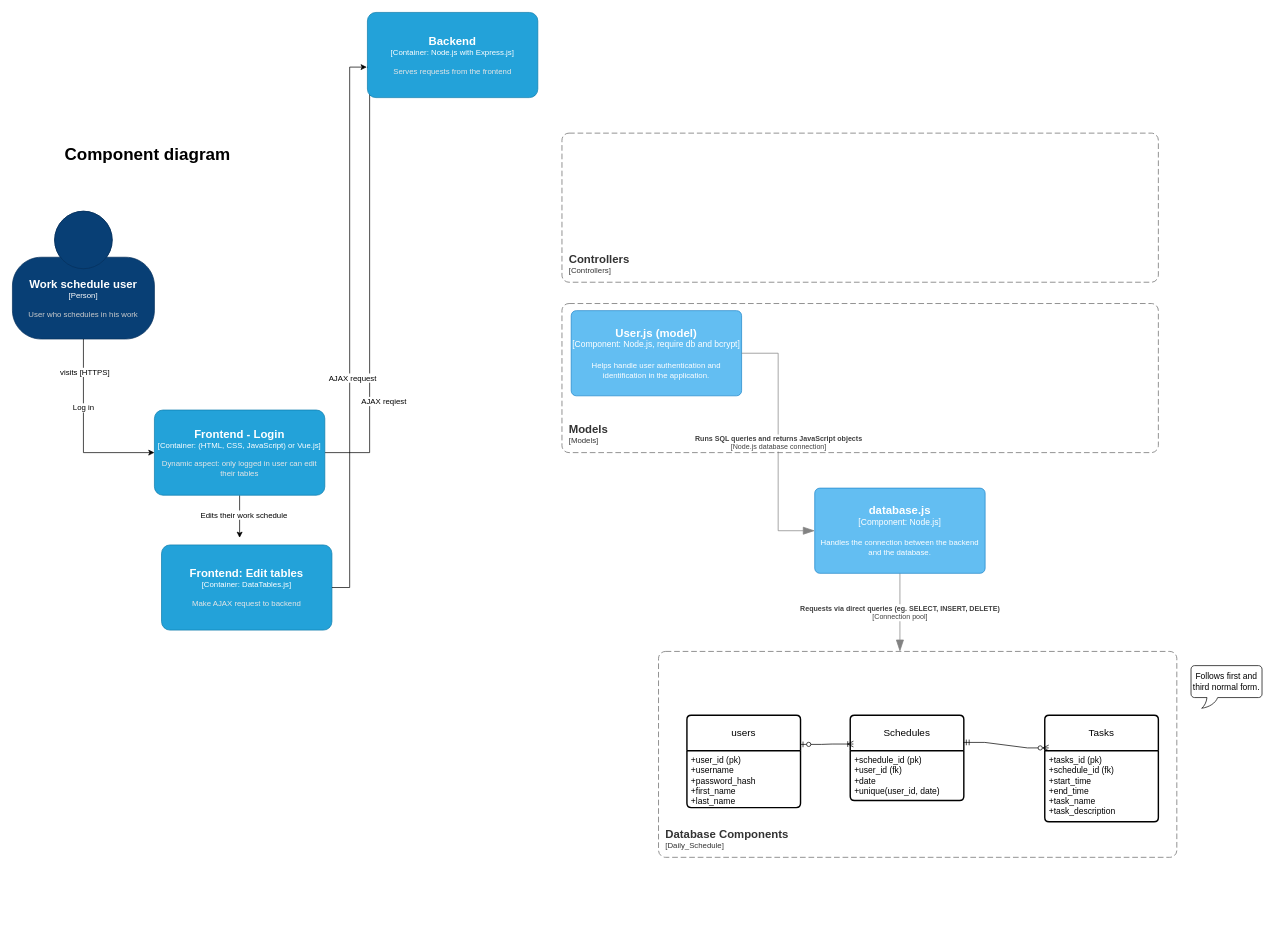
This is documentation/backendcomponent.drawio from viquta/Online_Daily_Work_Schedule, a draw.io file, before an edit. Source tidied: cells renumbered, new cells numbered last; positions are measured from the earlier drawing's top-left corner, leaving out a move shared by most shapes. Both pictures are drawn from the tidied source at 71%, with x=0, y=0 at pixel (12, 12).
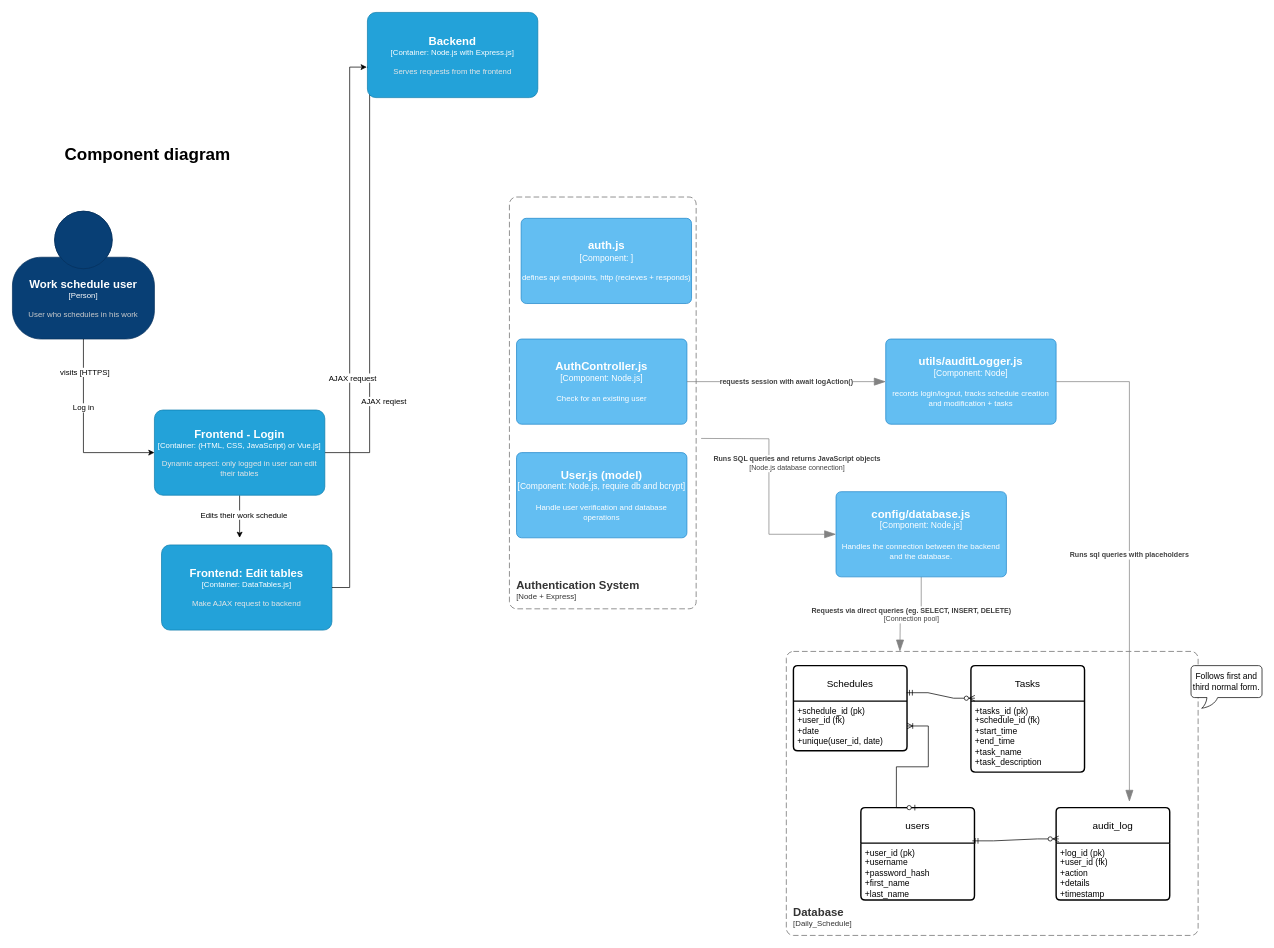
Above is the later version.

The change refers to these unchanged cells:
```xml
<mxCell id="20" value="+schedule_id (pk)&lt;br&gt;+user_id (fk)&lt;br&gt;+date&lt;div&gt;+unique(user_id, date)&lt;/div&gt;" style="align=left;strokeColor=none;fillColor=none;spacingLeft=4;spacingRight=4;fontSize=12;verticalAlign=top;html=1;whiteSpace=wrap;" parent="19" vertex="1">
  <mxGeometry y="50" width="160" height="70" as="geometry" />
</mxCell>
```

Change to the diagram source:
```diff
@@
     <mxCell id="17" value="Tasks" style="swimlane;horizontal=1;startSize=50;rounded=1;fontSize=14;fontStyle=0;strokeWidth=2;shadow=0;dashed=0;align=center;arcSize=4;whiteSpace=wrap;html=1;" parent="1" vertex="1">
-      <mxGeometry x="1454" y="990" width="160" height="150" as="geometry" />
+      <mxGeometry x="1350" y="920" width="160" height="150" as="geometry" />
     </mxCell>
@@
     <mxCell id="19" value="Schedules" style="swimlane;horizontal=1;startSize=50;rounded=1;fontSize=14;fontStyle=0;strokeWidth=2;shadow=0;dashed=0;align=center;arcSize=4;whiteSpace=wrap;html=1;" parent="1" vertex="1">
-      <mxGeometry x="1180" y="990" width="160" height="120" as="geometry" />
+      <mxGeometry x="1100" y="920" width="160" height="120" as="geometry" />
     </mxCell>
@@
     <mxCell id="21" value="users" style="swimlane;horizontal=1;startSize=50;rounded=1;fontSize=14;fontStyle=0;strokeWidth=2;shadow=0;dashed=0;align=center;arcSize=4;whiteSpace=wrap;html=1;" parent="1" vertex="1">
-      <mxGeometry x="950" y="990" width="160" height="130" as="geometry" />
+      <mxGeometry x="1195" y="1120" width="160" height="130" as="geometry" />
     </mxCell>
@@
-    <mxCell id="23" style="edgeStyle=entityRelationEdgeStyle;fontSize=12;html=1;endArrow=ERoneToMany;startArrow=ERzeroToOne;rounded=0;entryX=0.028;entryY=0.337;entryDx=0;entryDy=0;entryPerimeter=0;exitX=0.997;exitY=0.315;exitDx=0;exitDy=0;exitPerimeter=0;" parent="1" edge="1" source="21" target="19">
+    <mxCell id="23" style="edgeStyle=entityRelationEdgeStyle;fontSize=12;html=1;endArrow=ERoneToMany;startArrow=ERzeroToOne;rounded=0;exitX=0.5;exitY=0;exitDx=0;exitDy=0;" parent="1" edge="1" source="21" target="20">
       <mxGeometry relative="1" as="geometry" />
     </mxCell>
@@
-    <object id="25" label="&lt;font style=&quot;font-size: 16px&quot;&gt;&lt;b&gt;&lt;div style=&quot;text-align: left&quot;&gt;%c4Name%&lt;/div&gt;&lt;/b&gt;&lt;/font&gt;&lt;div style=&quot;text-align: left&quot;&gt;[%c4Application%]&lt;/div&gt;" c4Application="Daily_Schedule" c4Name="Database Components" placeholders="1">
+    <object id="25" label="&lt;font style=&quot;font-size: 16px&quot;&gt;&lt;b&gt;&lt;div style=&quot;text-align: left&quot;&gt;%c4Name%&lt;/div&gt;&lt;/b&gt;&lt;/font&gt;&lt;div style=&quot;text-align: left&quot;&gt;[%c4Application%]&lt;/div&gt;" c4Application="Daily_Schedule" c4Name="Database" placeholders="1">
       <mxCell style="rounded=1;fontSize=11;whiteSpace=wrap;html=1;dashed=1;arcSize=20;fillColor=none;strokeColor=#666666;fontColor=#333333;labelBackgroundColor=none;align=left;verticalAlign=bottom;labelBorderColor=none;spacingTop=0;spacing=10;dashPattern=8 4;perimeter=rectanglePerimeter;noLabel=0;labelPadding=0;absoluteArcSize=1;" parent="1" vertex="1">
-        <mxGeometry x="910" y="900" width="730" height="290" as="geometry" />
+        <mxGeometry x="1090" y="900" width="580" height="400" as="geometry" />
       </mxCell>
     </object>
@@
-    <object id="28" label="&lt;font style=&quot;font-size: 16px&quot;&gt;&lt;b&gt;%c4Name%&lt;/b&gt;&lt;/font&gt;&lt;div&gt;[%c4Type%: %c4Technology%]&lt;/div&gt;&lt;br&gt;&lt;div&gt;&lt;font style=&quot;font-size: 11px&quot;&gt;%c4Description%&lt;/font&gt;&lt;/div&gt;" c4Description="Handles the connection between the backend and the database." c4Name="database.js" c4Technology="Node.js" c4Type="Component" placeholders="1">
+    <object id="28" label="&lt;font style=&quot;font-size: 16px&quot;&gt;&lt;b&gt;%c4Name%&lt;/b&gt;&lt;/font&gt;&lt;div&gt;[%c4Type%: %c4Technology%]&lt;/div&gt;&lt;br&gt;&lt;div&gt;&lt;font style=&quot;font-size: 11px&quot;&gt;%c4Description%&lt;/font&gt;&lt;/div&gt;" c4Description="Handles the connection between the backend and the database." c4Name="config/database.js" c4Technology="Node.js" c4Type="Component" placeholders="1">
       <mxCell style="rounded=1;whiteSpace=wrap;html=1;labelBackgroundColor=none;fillColor=#63BEF2;fontColor=#ffffff;align=center;arcSize=6;strokeColor=#2086C9;points=[[0.25,0,0],[0.5,0,0],[0.75,0,0],[1,0.25,0],[1,0.5,0],[1,0.75,0],[0.75,1,0],[0.5,1,0],[0.25,1,0],[0,0.75,0],[0,0.5,0],[0,0.25,0]];" parent="1" vertex="1">
-        <mxGeometry x="1130" y="670" width="240" height="120" as="geometry" />
+        <mxGeometry x="1160" y="675" width="240" height="120" as="geometry" />
       </mxCell>
     </object>
-    <object id="29" label="&lt;font style=&quot;font-size: 16px&quot;&gt;&lt;b&gt;%c4Name%&lt;/b&gt;&lt;/font&gt;&lt;div&gt;[%c4Type%: %c4Technology%]&lt;/div&gt;&lt;br&gt;&lt;div&gt;&lt;font style=&quot;font-size: 11px&quot;&gt;%c4Description%&lt;/font&gt;&lt;/div&gt;" c4Description="Helps handle user authentication and identification in the application." c4Name="User.js (model)" c4Technology="Node.js, require db and bcrypt" c4Type="Component" placeholders="1">
+    <object id="29" label="&lt;font style=&quot;font-size: 16px&quot;&gt;&lt;b&gt;%c4Name%&lt;/b&gt;&lt;/font&gt;&lt;div&gt;[%c4Type%: %c4Technology%]&lt;/div&gt;&lt;br&gt;&lt;div&gt;&lt;font style=&quot;font-size: 11px&quot;&gt;%c4Description%&lt;/font&gt;&lt;/div&gt;" c4Description="Handle user verification and database operations" c4Name="User.js (model)" c4Technology="Node.js, require db and bcrypt" c4Type="Component" placeholders="1">
       <mxCell style="rounded=1;whiteSpace=wrap;html=1;labelBackgroundColor=none;fillColor=#63BEF2;fontColor=#ffffff;align=center;arcSize=6;strokeColor=#2086C9;points=[[0.25,0,0],[0.5,0,0],[0.75,0,0],[1,0.25,0],[1,0.5,0],[1,0.75,0],[0.75,1,0],[0.5,1,0],[0.25,1,0],[0,0.75,0],[0,0.5,0],[0,0.25,0]];" parent="1" vertex="1">
-        <mxGeometry x="787" y="420" width="240" height="120" as="geometry" />
+        <mxGeometry x="710" y="620" width="240" height="120" as="geometry" />
       </mxCell>
     </object>
     <object id="30" label="&lt;div style=&quot;text-align: left&quot;&gt;&lt;div style=&quot;text-align: center&quot;&gt;&lt;b&gt;%c4Description%&lt;/b&gt;&lt;/div&gt;&lt;div style=&quot;text-align: center&quot;&gt;[%c4Technology%]&lt;/div&gt;&lt;/div&gt;" c4Description="Runs SQL queries and returns JavaScript objects" c4Technology="Node.js database connection" placeholders="1">
-      <mxCell style="endArrow=blockThin;html=1;fontSize=10;fontColor=#404040;strokeWidth=1;endFill=1;strokeColor=#828282;elbow=vertical;endSize=14;startSize=14;jumpStyle=arc;jumpSize=16;rounded=0;edgeStyle=orthogonalEdgeStyle;exitX=1;exitY=0.5;exitDx=0;exitDy=0;exitPerimeter=0;entryX=0;entryY=0.5;entryDx=0;entryDy=0;entryPerimeter=0;" parent="1" edge="1" source="29" target="28">
-        <mxGeometry relative="1" as="geometry" />
+      <mxCell style="endArrow=blockThin;html=1;fontSize=10;fontColor=#404040;strokeWidth=1;endFill=1;strokeColor=#828282;elbow=vertical;endSize=14;startSize=14;jumpStyle=arc;jumpSize=16;rounded=0;edgeStyle=orthogonalEdgeStyle;entryX=0;entryY=0.5;entryDx=0;entryDy=0;entryPerimeter=0;" parent="1" edge="1" target="28">
+        <mxGeometry x="-0.2" y="39" relative="1" as="geometry">
+          <mxPoint x="970" y="600" as="sourcePoint" />
+        </mxGeometry>
       </mxCell>
     </object>
-    <object id="31" label="&lt;font style=&quot;font-size: 16px&quot;&gt;&lt;b&gt;&lt;div style=&quot;text-align: left&quot;&gt;%c4Name%&lt;/div&gt;&lt;/b&gt;&lt;/font&gt;&lt;div style=&quot;text-align: left&quot;&gt;[%c4Application%]&lt;/div&gt;" c4Application="Models" c4Name="Models" placeholders="1">
-      <mxCell style="rounded=1;fontSize=11;whiteSpace=wrap;html=1;dashed=1;arcSize=20;fillColor=none;strokeColor=#666666;fontColor=#333333;labelBackgroundColor=none;align=left;verticalAlign=bottom;labelBorderColor=none;spacingTop=0;spacing=10;dashPattern=8 4;perimeter=rectanglePerimeter;noLabel=0;labelPadding=0;absoluteArcSize=1;" parent="1" vertex="1">
-        <mxGeometry x="774" y="410" width="840" height="210" as="geometry" />
-      </mxCell>
-    </object>
-    <object id="32" label="&lt;font style=&quot;font-size: 16px&quot;&gt;&lt;b&gt;&lt;div style=&quot;text-align: left&quot;&gt;%c4Name%&lt;/div&gt;&lt;/b&gt;&lt;/font&gt;&lt;div style=&quot;text-align: left&quot;&gt;[%c4Application%]&lt;/div&gt;" c4Application="Controllers" c4Name="Controllers" placeholders="1">
-      <mxCell style="rounded=1;fontSize=11;whiteSpace=wrap;html=1;dashed=1;arcSize=20;fillColor=none;strokeColor=#666666;fontColor=#333333;labelBackgroundColor=none;align=left;verticalAlign=bottom;labelBorderColor=none;spacingTop=0;spacing=10;dashPattern=8 4;perimeter=rectanglePerimeter;noLabel=0;labelPadding=0;absoluteArcSize=1;" parent="1" vertex="1">
-        <mxGeometry x="774" y="170" width="840" height="210" as="geometry" />
-      </mxCell>
-    </object>
+    <object id="33" label="&lt;font style=&quot;font-size: 16px&quot;&gt;&lt;b&gt;%c4Name%&lt;/b&gt;&lt;/font&gt;&lt;div&gt;[%c4Type%: %c4Technology%]&lt;/div&gt;&lt;br&gt;&lt;div&gt;&lt;font style=&quot;font-size: 11px&quot;&gt;%c4Description%&lt;/font&gt;&lt;/div&gt;" c4Description="Check for an existing user" c4Name="AuthController.js" c4Technology="Node.js" c4Type="Component" placeholders="1">
+      <mxCell style="rounded=1;whiteSpace=wrap;html=1;labelBackgroundColor=none;fillColor=#63BEF2;fontColor=#ffffff;align=center;arcSize=6;strokeColor=#2086C9;points=[[0.25,0,0],[0.5,0,0],[0.75,0,0],[1,0.25,0],[1,0.5,0],[1,0.75,0],[0.75,1,0],[0.5,1,0],[0.25,1,0],[0,0.75,0],[0,0.5,0],[0,0.25,0]];" parent="1" vertex="1">
+        <mxGeometry x="710" y="460" width="240" height="120" as="geometry" />
+      </mxCell>
+    </object>
+    <object id="34" label="&lt;font style=&quot;font-size: 16px&quot;&gt;&lt;b&gt;&lt;div style=&quot;text-align: left&quot;&gt;%c4Name%&lt;/div&gt;&lt;/b&gt;&lt;/font&gt;&lt;div style=&quot;text-align: left&quot;&gt;[%c4Application%]&lt;/div&gt;" c4Application="Node + Express" c4Name="Authentication System" placeholders="1">
+      <mxCell style="rounded=1;fontSize=11;whiteSpace=wrap;html=1;dashed=1;arcSize=20;fillColor=none;strokeColor=#666666;fontColor=#333333;labelBackgroundColor=none;align=left;verticalAlign=bottom;labelBorderColor=none;spacingTop=0;spacing=10;dashPattern=8 4;perimeter=rectanglePerimeter;noLabel=0;labelPadding=0;absoluteArcSize=1;" parent="1" vertex="1">
+        <mxGeometry x="700" y="260" width="263" height="580" as="geometry" />
+      </mxCell>
+    </object>
+    <object id="35" label="&lt;font style=&quot;font-size: 16px&quot;&gt;&lt;b&gt;%c4Name%&lt;/b&gt;&lt;/font&gt;&lt;div&gt;[%c4Type%: %c4Technology%]&lt;/div&gt;&lt;br&gt;&lt;div&gt;&lt;font style=&quot;font-size: 11px&quot;&gt;%c4Description%&lt;/font&gt;&lt;/div&gt;" c4Description="defines api endpoints, http (recieves + responds)" c4Name="auth.js" c4Technology="" c4Type="Component" placeholders="1">
+      <mxCell style="rounded=1;whiteSpace=wrap;html=1;labelBackgroundColor=none;fillColor=#63BEF2;fontColor=#ffffff;align=center;arcSize=6;strokeColor=#2086C9;" parent="1" vertex="1">
+        <mxGeometry x="716.5" y="290" width="240" height="120" as="geometry" />
+      </mxCell>
+    </object>
+    <object id="36" label="&lt;font style=&quot;font-size: 16px&quot;&gt;&lt;b&gt;%c4Name%&lt;/b&gt;&lt;/font&gt;&lt;div&gt;[%c4Type%: %c4Technology%]&lt;/div&gt;&lt;br&gt;&lt;div&gt;&lt;font style=&quot;font-size: 11px&quot;&gt;%c4Description%&lt;/font&gt;&lt;/div&gt;" c4Description="records login/logout, tracks schedule creation and modification + tasks" c4Name="utils/auditLogger.js" c4Technology="Node" c4Type="Component" placeholders="1">
+      <mxCell style="rounded=1;whiteSpace=wrap;html=1;labelBackgroundColor=none;fillColor=#63BEF2;fontColor=#ffffff;align=center;arcSize=6;strokeColor=#2086C9;points=[[0.25,0,0],[0.5,0,0],[0.75,0,0],[1,0.25,0],[1,0.5,0],[1,0.75,0],[0.75,1,0],[0.5,1,0],[0.25,1,0],[0,0.75,0],[0,0.5,0],[0,0.25,0]];" parent="1" vertex="1">
+        <mxGeometry x="1230" y="460" width="240" height="120" as="geometry" />
+      </mxCell>
+    </object>
+    <object id="37" label="&lt;div style=&quot;text-align: left&quot;&gt;&lt;div style=&quot;text-align: center&quot;&gt;&lt;b&gt;%c4Description%&lt;/b&gt;&lt;/div&gt;" c4Description="requests session with await logAction()" placeholders="1">
+      <mxCell style="endArrow=blockThin;html=1;fontSize=10;fontColor=#404040;strokeWidth=1;endFill=1;strokeColor=#828282;elbow=vertical;endSize=14;startSize=14;jumpStyle=arc;jumpSize=16;rounded=0;edgeStyle=orthogonalEdgeStyle;exitX=1;exitY=0.5;exitDx=0;exitDy=0;exitPerimeter=0;entryX=0;entryY=0.5;entryDx=0;entryDy=0;entryPerimeter=0;" parent="1" edge="1" source="33" target="36">
+        <mxGeometry relative="1" as="geometry" />
+      </mxCell>
+    </object>
+    <object id="38" label="&lt;div style=&quot;text-align: left&quot;&gt;&lt;div style=&quot;text-align: center&quot;&gt;&lt;b&gt;%c4Description%&lt;/b&gt;&lt;/div&gt;" c4Description="Runs sql queries with placeholders" placeholders="1">
+      <mxCell style="endArrow=blockThin;html=1;fontSize=10;fontColor=#404040;strokeWidth=1;endFill=1;strokeColor=#828282;elbow=vertical;endSize=14;startSize=14;jumpStyle=arc;jumpSize=16;rounded=0;edgeStyle=orthogonalEdgeStyle;exitX=1;exitY=0.5;exitDx=0;exitDy=0;exitPerimeter=0;entryX=0.645;entryY=-0.064;entryDx=0;entryDy=0;entryPerimeter=0;" parent="1" edge="1" source="36" target="39">
+        <mxGeometry relative="1" as="geometry" />
+      </mxCell>
+    </object>
+    <mxCell id="39" value="audit_log" style="swimlane;horizontal=1;startSize=50;rounded=1;fontSize=14;fontStyle=0;strokeWidth=2;shadow=0;dashed=0;align=center;arcSize=4;whiteSpace=wrap;html=1;" parent="1" vertex="1">
+      <mxGeometry x="1470" y="1120" width="160" height="130" as="geometry" />
+    </mxCell>
+    <mxCell id="40" value="&lt;div&gt;+log_id (pk)&lt;/div&gt;&lt;div&gt;+user_id (fk)&lt;/div&gt;&lt;div&gt;+action&lt;/div&gt;&lt;div&gt;+details&lt;/div&gt;&lt;div&gt;&lt;span style=&quot;background-color: transparent; color: light-dark(rgb(0, 0, 0), rgb(255, 255, 255));&quot;&gt;+timestamp&lt;/span&gt;&lt;/div&gt;" style="align=left;strokeColor=none;fillColor=none;spacingLeft=4;spacingRight=4;fontSize=12;verticalAlign=top;html=1;whiteSpace=wrap;" parent="39" vertex="1">
+      <mxGeometry y="50" width="160" height="80" as="geometry" />
+    </mxCell>
+    <mxCell id="41" style="edgeStyle=entityRelationEdgeStyle;fontSize=12;html=1;endArrow=ERzeroToMany;startArrow=ERmandOne;rounded=0;exitX=0.981;exitY=0.36;exitDx=0;exitDy=0;exitPerimeter=0;entryX=0.023;entryY=0.339;entryDx=0;entryDy=0;entryPerimeter=0;" parent="1" edge="1" source="21" target="39">
+      <mxGeometry relative="1" as="geometry" />
+    </mxCell>
```
